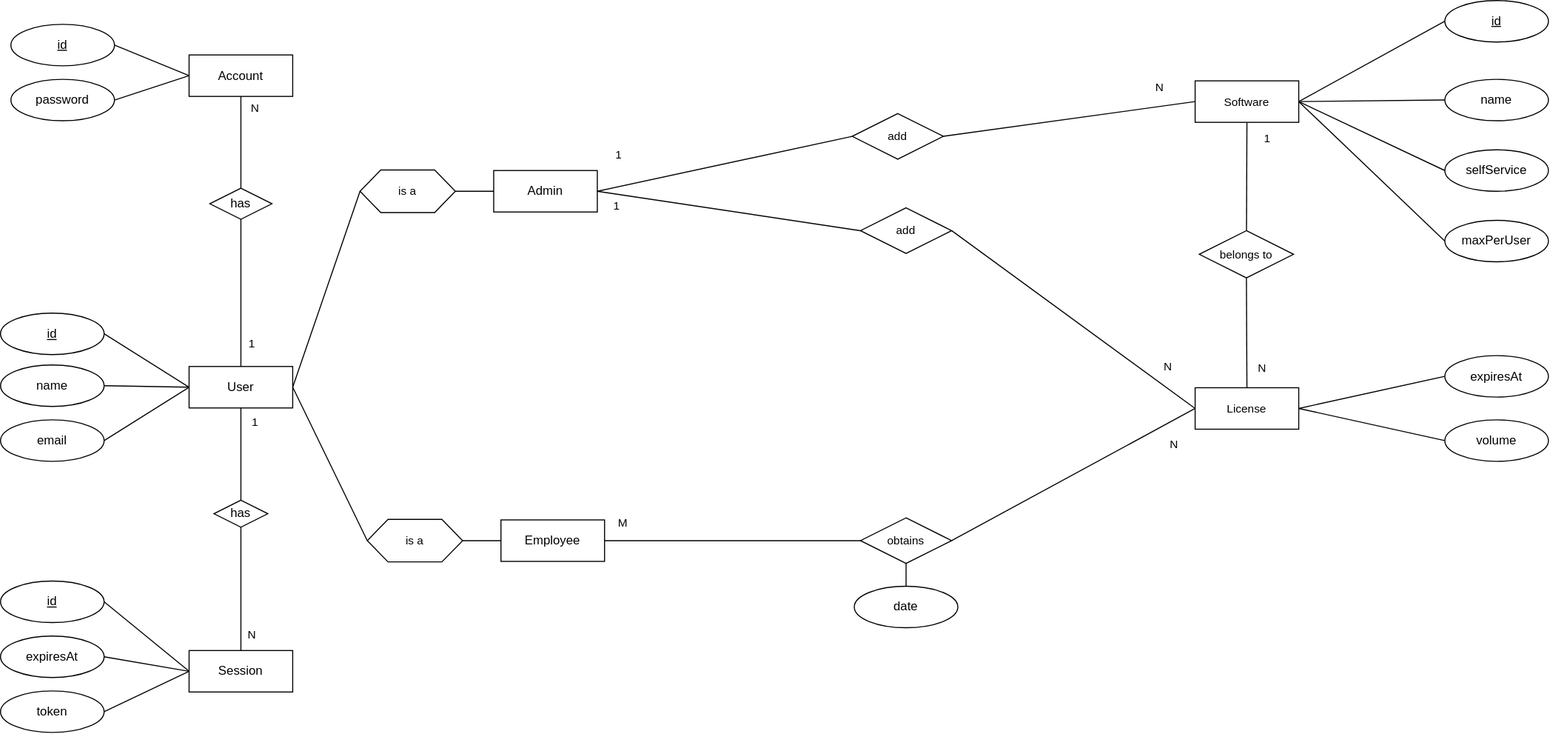
TINF24AI2/outa.one keeps this draw.io diagram as docs/assets/erm.svg. Above is the earlier version. Source tidied: cells renumbered, new cells last; positions are measured from the earlier drawing's top-left corner, leaving out a move shared by most shapes.
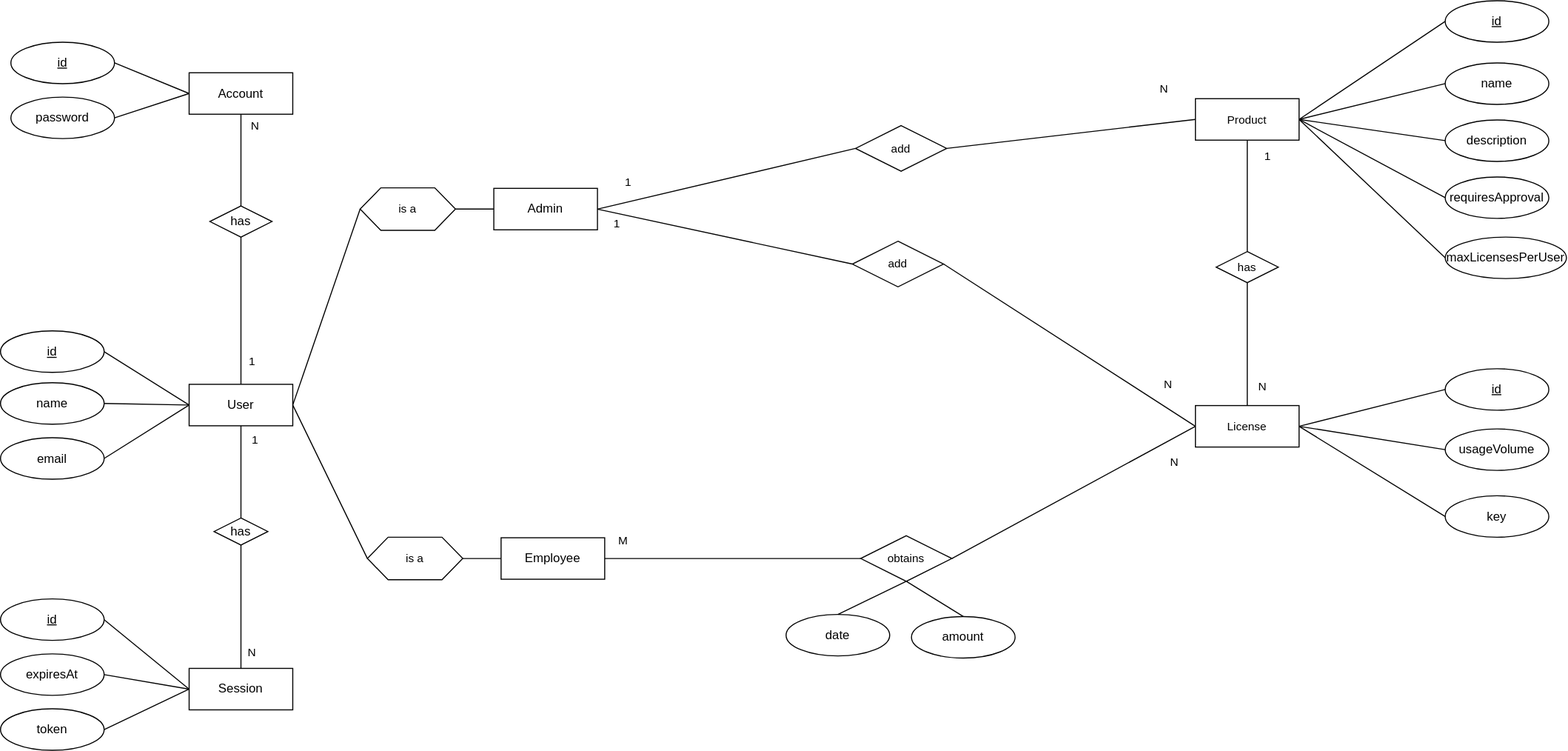
Above is the later version.

Change to the diagram source:
```diff
@@ -104,7 +104,10 @@
     <mxCell id="35" style="rounded=0;jettySize=auto;html=1;exitX=1;exitY=0.5;exitDx=0;exitDy=0;entryX=0;entryY=0.5;entryDx=0;entryDy=0;endArrow=none;endFill=0;" parent="1" edge="1" source="36" target="73">
       <mxGeometry relative="1" as="geometry" />
     </mxCell>
+    <mxCell id="75" style="edgeStyle=none;html=1;exitX=1;exitY=0.5;exitDx=0;exitDy=0;entryX=0;entryY=0.5;entryDx=0;entryDy=0;endArrow=none;endFill=0;" parent="1" edge="1" source="36" target="78">
+      <mxGeometry relative="1" as="geometry" />
+    </mxCell>
-    <mxCell id="36" value="Software" style="whiteSpace=wrap;html=1;align=center;fontFamily=Helvetica;fontSize=11;fontColor=default;labelBackgroundColor=default;" parent="1" vertex="1">
+    <mxCell id="36" value="Product" style="whiteSpace=wrap;html=1;align=center;fontFamily=Helvetica;fontSize=11;fontColor=default;labelBackgroundColor=default;" parent="1" vertex="1">
       <mxGeometry x="1153" y="77.5" width="100" height="40" as="geometry" />
     </mxCell>
     <mxCell id="37" style="edgeStyle=none;shape=connector;rounded=0;jettySize=auto;html=1;exitX=1;exitY=0.5;exitDx=0;exitDy=0;entryX=0;entryY=0.5;entryDx=0;entryDy=0;strokeColor=default;align=center;verticalAlign=middle;fontFamily=Helvetica;fontSize=11;fontColor=default;labelBackgroundColor=default;endArrow=none;endFill=0;" parent="1" edge="1" source="40" target="48">
@@ -116,14 +119,17 @@
     <mxCell id="39" style="edgeStyle=none;shape=connector;rounded=0;jettySize=auto;html=1;exitX=0;exitY=0.5;exitDx=0;exitDy=0;entryX=1;entryY=0.5;entryDx=0;entryDy=0;strokeColor=default;align=center;verticalAlign=middle;fontFamily=Helvetica;fontSize=11;fontColor=default;labelBackgroundColor=default;endArrow=none;endFill=0;" parent="1" edge="1" source="40" target="69">
       <mxGeometry relative="1" as="geometry" />
     </mxCell>
+    <mxCell id="76" style="edgeStyle=none;html=1;exitX=1;exitY=0.5;exitDx=0;exitDy=0;entryX=0;entryY=0.5;entryDx=0;entryDy=0;endArrow=none;endFill=0;" parent="1" edge="1" source="40" target="79">
+      <mxGeometry relative="1" as="geometry" />
+    </mxCell>
     <mxCell id="40" value="License" style="whiteSpace=wrap;html=1;align=center;fontFamily=Helvetica;fontSize=11;fontColor=default;labelBackgroundColor=default;" parent="1" vertex="1">
       <mxGeometry x="1153" y="373.5" width="100" height="40" as="geometry" />
     </mxCell>
     <mxCell id="41" style="edgeStyle=none;shape=connector;rounded=0;jettySize=auto;html=1;exitX=0.5;exitY=1;exitDx=0;exitDy=0;entryX=0.5;entryY=0;entryDx=0;entryDy=0;strokeColor=default;align=center;verticalAlign=middle;fontFamily=Helvetica;fontSize=11;fontColor=default;labelBackgroundColor=default;endArrow=none;endFill=0;" parent="1" edge="1" source="42" target="40">
       <mxGeometry relative="1" as="geometry" />
     </mxCell>
-    <mxCell id="42" value="belongs to" style="shape=rhombus;perimeter=rhombusPerimeter;whiteSpace=wrap;html=1;align=center;fontFamily=Helvetica;fontSize=11;fontColor=default;labelBackgroundColor=default;" parent="1" vertex="1">
-      <mxGeometry x="1157" y="222" width="91" height="45.5" as="geometry" />
+    <mxCell id="42" value="has" style="shape=rhombus;perimeter=rhombusPerimeter;whiteSpace=wrap;html=1;align=center;fontFamily=Helvetica;fontSize=11;fontColor=default;labelBackgroundColor=default;" parent="1" vertex="1">
+      <mxGeometry x="1173" y="225" width="60" height="30" as="geometry" />
     </mxCell>
     <mxCell id="43" value="1" style="text;html=1;whiteSpace=wrap;strokeColor=none;fillColor=none;align=center;verticalAlign=middle;rounded=0;fontFamily=Helvetica;fontSize=11;fontColor=default;labelBackgroundColor=default;" parent="1" vertex="1">
       <mxGeometry x="1193" y="117.5" width="60" height="30" as="geometry" />
@@ -137,14 +143,17 @@
     <mxCell id="46" style="edgeStyle=none;shape=connector;rounded=0;jettySize=auto;html=1;exitX=0;exitY=0.5;exitDx=0;exitDy=0;entryX=1;entryY=0.5;entryDx=0;entryDy=0;strokeColor=default;align=center;verticalAlign=middle;fontFamily=Helvetica;fontSize=11;fontColor=default;labelBackgroundColor=default;endArrow=none;endFill=0;" parent="1" edge="1" source="47" target="66">
       <mxGeometry relative="1" as="geometry" />
     </mxCell>
+    <mxCell id="77" style="edgeStyle=none;html=1;exitX=0.5;exitY=1;exitDx=0;exitDy=0;entryX=0.5;entryY=0;entryDx=0;entryDy=0;endArrow=none;endFill=0;" parent="1" edge="1" source="47" target="80">
+      <mxGeometry relative="1" as="geometry" />
+    </mxCell>
     <mxCell id="47" value="obtains" style="shape=rhombus;perimeter=rhombusPerimeter;whiteSpace=wrap;html=1;align=center;fontFamily=Helvetica;fontSize=11;fontColor=default;labelBackgroundColor=default;" parent="1" vertex="1">
       <mxGeometry x="830" y="499" width="88" height="44" as="geometry" />
     </mxCell>
-    <mxCell id="48" value="expiresAt" style="ellipse;whiteSpace=wrap;html=1;align=center;" parent="1" vertex="1">
-      <mxGeometry x="1394" y="342.5" width="100" height="40" as="geometry" />
+    <mxCell id="48" value="&lt;span&gt;&lt;/span&gt;&lt;span style=&quot;white-space-collapse: preserve;&quot;&gt;usageVolume&lt;/span&gt;" style="ellipse;whiteSpace=wrap;html=1;align=center;" parent="1" vertex="1">
+      <mxGeometry x="1394" y="396" width="100" height="40" as="geometry" />
     </mxCell>
     <mxCell id="49" value="date" style="ellipse;whiteSpace=wrap;html=1;align=center;" parent="1" vertex="1">
-      <mxGeometry x="824" y="565" width="100" height="40" as="geometry" />
+      <mxGeometry x="758" y="575" width="100" height="40" as="geometry" />
     </mxCell>
     <mxCell id="50" style="edgeStyle=none;shape=connector;rounded=0;jettySize=auto;html=1;strokeColor=default;align=center;verticalAlign=middle;fontFamily=Helvetica;fontSize=11;fontColor=default;labelBackgroundColor=default;endArrow=none;endFill=0;exitX=0.5;exitY=1;exitDx=0;exitDy=0;entryX=0.5;entryY=0;entryDx=0;entryDy=0;" parent="1" edge="1" source="47" target="49">
       <mxGeometry relative="1" as="geometry" />
@@ -158,24 +167,18 @@
     <mxCell id="53" style="edgeStyle=none;shape=connector;rounded=0;jettySize=auto;html=1;exitX=0;exitY=0.5;exitDx=0;exitDy=0;strokeColor=default;align=center;verticalAlign=middle;fontFamily=Helvetica;fontSize=11;fontColor=default;labelBackgroundColor=default;endArrow=none;endFill=0;entryX=1;entryY=0.5;entryDx=0;entryDy=0;" parent="1" edge="1" source="54" target="36">
       <mxGeometry relative="1" as="geometry" />
     </mxCell>
-    <mxCell id="54" value="maxPerUser" style="ellipse;whiteSpace=wrap;html=1;align=center;" parent="1" vertex="1">
-      <mxGeometry x="1394" y="212" width="100" height="40" as="geometry" />
+    <mxCell id="54" value="&lt;span&gt;&lt;/span&gt;maxLicensesPerUser" style="ellipse;whiteSpace=wrap;html=1;align=center;" parent="1" vertex="1">
+      <mxGeometry x="1394" y="211" width="117" height="40" as="geometry" />
     </mxCell>
     <mxCell id="55" value="name" style="ellipse;whiteSpace=wrap;html=1;align=center;" parent="1" vertex="1">
-      <mxGeometry x="1394" y="76" width="100" height="40" as="geometry" />
+      <mxGeometry x="1394" y="43" width="100" height="40" as="geometry" />
     </mxCell>
     <mxCell id="56" style="edgeStyle=none;shape=connector;rounded=0;jettySize=auto;html=1;exitX=0;exitY=0.5;exitDx=0;exitDy=0;entryX=1;entryY=0.5;entryDx=0;entryDy=0;strokeColor=default;align=center;verticalAlign=middle;fontFamily=Helvetica;fontSize=11;fontColor=default;labelBackgroundColor=default;endArrow=none;endFill=0;" parent="1" edge="1" source="57" target="36">
       <mxGeometry relative="1" as="geometry" />
     </mxCell>
     <mxCell id="57" value="&lt;u&gt;id&lt;/u&gt;" style="ellipse;whiteSpace=wrap;html=1;align=center;" parent="1" vertex="1">
-      <mxGeometry x="1394" width="100" height="40" as="geometry" />
+      <mxGeometry x="1394" y="-17" width="100" height="40" as="geometry" />
     </mxCell>
-    <mxCell id="58" style="edgeStyle=none;shape=connector;rounded=0;jettySize=auto;html=1;exitX=1;exitY=0.5;exitDx=0;exitDy=0;entryX=0;entryY=0.5;entryDx=0;entryDy=0;strokeColor=default;align=center;verticalAlign=middle;fontFamily=Helvetica;fontSize=11;fontColor=default;labelBackgroundColor=default;endArrow=none;endFill=0;" parent="1" edge="1" source="59" target="36">
-      <mxGeometry relative="1" as="geometry" />
-    </mxCell>
-    <mxCell id="59" value="add" style="shape=rhombus;perimeter=rhombusPerimeter;whiteSpace=wrap;html=1;align=center;fontFamily=Helvetica;fontSize=11;fontColor=default;labelBackgroundColor=default;" parent="1" vertex="1">
-      <mxGeometry x="822" y="109" width="88" height="44" as="geometry" />
-    </mxCell>
     <mxCell id="60" style="edgeStyle=none;shape=connector;rounded=0;jettySize=auto;html=1;exitX=1;exitY=0.5;exitDx=0;exitDy=0;entryX=0;entryY=0.5;entryDx=0;entryDy=0;strokeColor=default;align=center;verticalAlign=middle;fontFamily=Helvetica;fontSize=11;fontColor=default;labelBackgroundColor=default;endArrow=none;endFill=0;" parent="1" edge="1" source="61" target="64">
       <mxGeometry relative="1" as="geometry" />
     </mxCell>
@@ -185,9 +188,6 @@
     <mxCell id="62" value="is a" style="shape=hexagon;perimeter=hexagonPerimeter2;whiteSpace=wrap;html=1;fixedSize=1;fontFamily=Helvetica;fontSize=11;fontColor=default;labelBackgroundColor=default;" parent="1" vertex="1">
       <mxGeometry x="354" y="500.5" width="92" height="41" as="geometry" />
     </mxCell>
-    <mxCell id="63" style="edgeStyle=none;shape=connector;rounded=0;jettySize=auto;html=1;exitX=1;exitY=0.5;exitDx=0;exitDy=0;entryX=0;entryY=0.5;entryDx=0;entryDy=0;strokeColor=default;align=center;verticalAlign=middle;fontFamily=Helvetica;fontSize=11;fontColor=default;labelBackgroundColor=default;endArrow=none;endFill=0;" parent="1" edge="1" source="64" target="59">
-      <mxGeometry relative="1" as="geometry" />
-    </mxCell>
     <mxCell id="64" value="Admin" style="whiteSpace=wrap;html=1;align=center;" parent="1" vertex="1">
       <mxGeometry x="476" y="164" width="100" height="40" as="geometry" />
     </mxCell>
@@ -197,14 +197,8 @@
     <mxCell id="66" value="Employee" style="whiteSpace=wrap;html=1;align=center;" parent="1" vertex="1">
       <mxGeometry x="483" y="501" width="100" height="40" as="geometry" />
     </mxCell>
-    <mxCell id="67" value="1" style="text;html=1;whiteSpace=wrap;strokeColor=none;fillColor=none;align=center;verticalAlign=middle;rounded=0;fontFamily=Helvetica;fontSize=11;fontColor=default;labelBackgroundColor=default;" parent="1" vertex="1">
-      <mxGeometry x="567" y="134" width="60" height="30" as="geometry" />
-    </mxCell>
-    <mxCell id="68" value="N" style="text;html=1;whiteSpace=wrap;strokeColor=none;fillColor=none;align=center;verticalAlign=middle;rounded=0;fontFamily=Helvetica;fontSize=11;fontColor=default;labelBackgroundColor=default;" parent="1" vertex="1">
-      <mxGeometry x="1089" y="69" width="60" height="30" as="geometry" />
-    </mxCell>
     <mxCell id="69" value="add" style="shape=rhombus;perimeter=rhombusPerimeter;whiteSpace=wrap;html=1;align=center;fontFamily=Helvetica;fontSize=11;fontColor=default;labelBackgroundColor=default;" parent="1" vertex="1">
-      <mxGeometry x="830" y="200" width="88" height="44" as="geometry" />
+      <mxGeometry x="822" y="215" width="88" height="44" as="geometry" />
     </mxCell>
     <mxCell id="70" style="edgeStyle=none;shape=connector;rounded=0;jettySize=auto;html=1;exitX=1;exitY=0.5;exitDx=0;exitDy=0;entryX=0;entryY=0.5;entryDx=0;entryDy=0;strokeColor=default;align=center;verticalAlign=middle;fontFamily=Helvetica;fontSize=11;fontColor=default;labelBackgroundColor=default;endArrow=none;endFill=0;" parent="1" edge="1" source="64" target="69">
       <mxGeometry relative="1" as="geometry" />
@@ -215,11 +209,35 @@
     <mxCell id="72" value="N" style="text;html=1;whiteSpace=wrap;strokeColor=none;fillColor=none;align=center;verticalAlign=middle;rounded=0;fontFamily=Helvetica;fontSize=11;fontColor=default;labelBackgroundColor=default;" parent="1" vertex="1">
       <mxGeometry x="1097" y="338" width="60" height="30" as="geometry" />
     </mxCell>
-    <mxCell id="73" value="selfService" style="ellipse;whiteSpace=wrap;html=1;align=center;" parent="1" vertex="1">
-      <mxGeometry x="1394" y="144" width="100" height="40" as="geometry" />
+    <mxCell id="73" value="&lt;span&gt;&lt;/span&gt;&lt;span style=&quot;white-space-collapse: preserve;&quot;&gt;&lt;font style=&quot;color: light-dark(rgb(0, 0, 0), rgb(255, 255, 255));&quot;&gt;requiresApproval&lt;/font&gt;&lt;/span&gt;" style="ellipse;whiteSpace=wrap;html=1;align=center;" parent="1" vertex="1">
+      <mxGeometry x="1394" y="153" width="100" height="40" as="geometry" />
     </mxCell>
-    <mxCell id="74" value="volume" style="ellipse;whiteSpace=wrap;html=1;align=center;" parent="1" vertex="1">
-      <mxGeometry x="1394" y="404.5" width="100" height="40" as="geometry" />
+    <mxCell id="74" value="key" style="ellipse;whiteSpace=wrap;html=1;align=center;" parent="1" vertex="1">
+      <mxGeometry x="1394" y="460.5" width="100" height="40" as="geometry" />
     </mxCell>
+    <mxCell id="78" value="description" style="ellipse;whiteSpace=wrap;html=1;align=center;" parent="1" vertex="1">
+      <mxGeometry x="1394" y="98" width="100" height="40" as="geometry" />
+    </mxCell>
+    <mxCell id="79" value="&lt;u&gt;id&lt;/u&gt;" style="ellipse;whiteSpace=wrap;html=1;align=center;" parent="1" vertex="1">
+      <mxGeometry x="1394" y="338" width="100" height="40" as="geometry" />
+    </mxCell>
+    <mxCell id="80" value="amount" style="ellipse;whiteSpace=wrap;html=1;align=center;" parent="1" vertex="1">
+      <mxGeometry x="879" y="577" width="100" height="40" as="geometry" />
+    </mxCell>
+    <mxCell id="81" style="edgeStyle=none;html=1;exitX=0;exitY=0.5;exitDx=0;exitDy=0;entryX=1;entryY=0.5;entryDx=0;entryDy=0;endArrow=none;endFill=0;" parent="1" edge="1" source="59" target="64">
+      <mxGeometry relative="1" as="geometry" />
+    </mxCell>
+    <mxCell id="58" style="edgeStyle=none;html=1;exitX=1;exitY=0.5;exitDx=0;exitDy=0;entryX=0;entryY=0.5;entryDx=0;entryDy=0;endArrow=none;endFill=0;" parent="1" edge="1" source="59" target="36">
+      <mxGeometry relative="1" as="geometry" />
+    </mxCell>
+    <mxCell id="59" value="add" style="shape=rhombus;perimeter=rhombusPerimeter;whiteSpace=wrap;html=1;align=center;fontFamily=Helvetica;fontSize=11;fontColor=default;labelBackgroundColor=default;" parent="1" vertex="1">
+      <mxGeometry x="825" y="103.5" width="88" height="44" as="geometry" />
+    </mxCell>
+    <mxCell id="67" value="1" style="text;html=1;whiteSpace=wrap;strokeColor=none;fillColor=none;align=center;verticalAlign=middle;rounded=0;fontFamily=Helvetica;fontSize=11;fontColor=default;labelBackgroundColor=default;" parent="1" vertex="1">
+      <mxGeometry x="576" y="143" width="60" height="30" as="geometry" />
+    </mxCell>
+    <mxCell id="68" value="N" style="text;html=1;whiteSpace=wrap;strokeColor=none;fillColor=none;align=center;verticalAlign=middle;rounded=0;fontFamily=Helvetica;fontSize=11;fontColor=default;labelBackgroundColor=default;" parent="1" vertex="1">
+      <mxGeometry x="1093" y="52.5" width="60" height="30" as="geometry" />
+    </mxCell>
   </root>
 </mxGraphModel>
```
